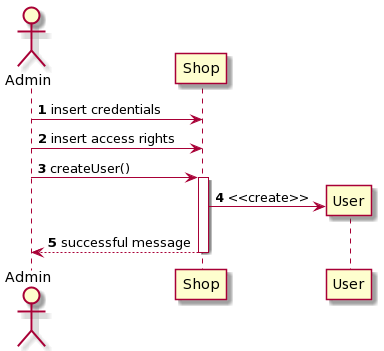
Before: Deliverables/Diagrams/Design/2-1-CreateNewUser.png, a diagram exported from PlantUML (giuliadascenzi/ezshop_SEproject). The source it was exported from:
```plantuml
@startuml
autonumber
actor Admin
Admin -> Shop: insert credentials
Admin -> Shop: insert access rights
Admin -> Shop ++ : createUser()
Shop -> User ** : <<create>>
Shop --> Admin -- : successful message
@enduml
```
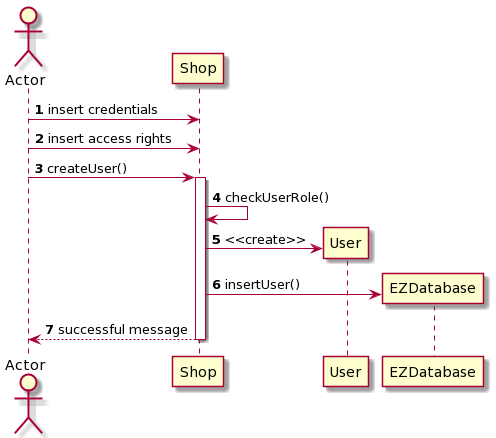
The same file after the commit.

Change to the diagram source:
```diff
@@ -1,9 +1,11 @@
 @startuml
 autonumber
-actor Admin
-Admin -> Shop: insert credentials
-Admin -> Shop: insert access rights
-Admin -> Shop ++ : createUser()
+actor Actor
+Actor -> Shop: insert credentials
+Actor -> Shop: insert access rights
+Actor -> Shop ++ : createUser()
+Shop-> Shop: checkUserRole()
 Shop -> User ** : <<create>>
-Shop --> Admin -- : successful message
+Shop -> EZDatabase ** :insertUser()
+Shop --> Actor -- : successful message
 @enduml
```
